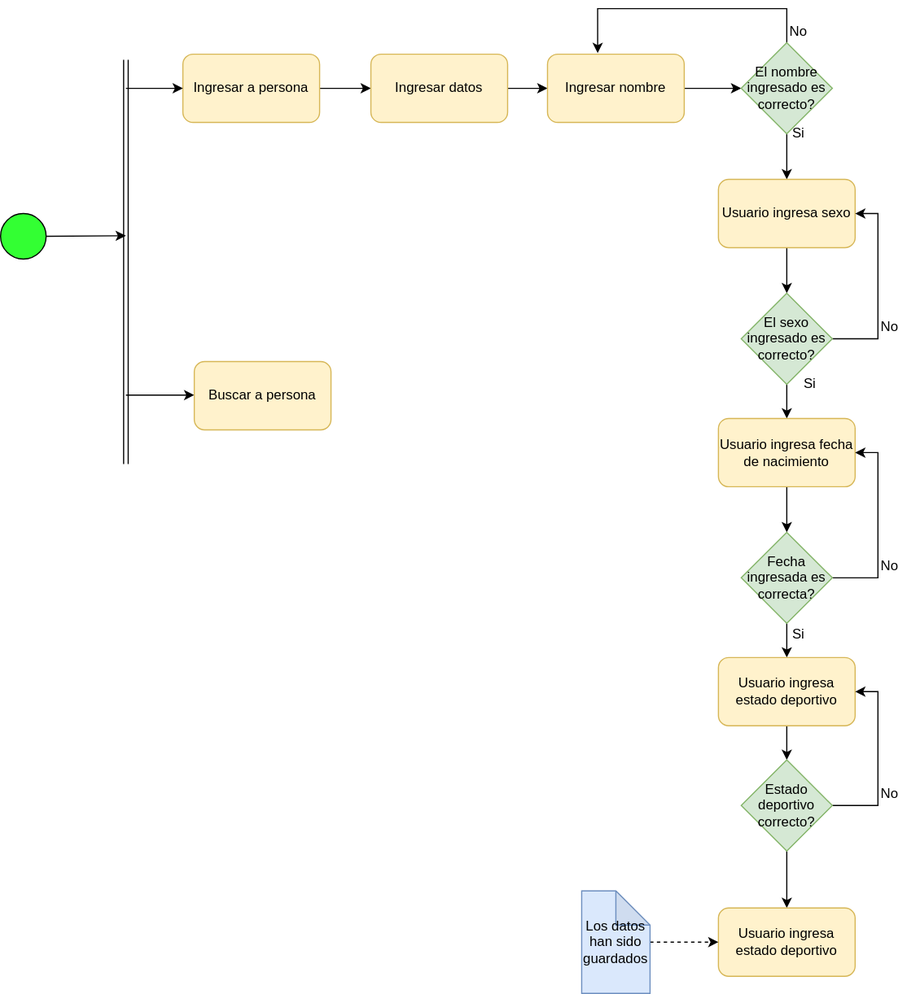
MaxIbanez/Taller1P1_MI_JC keeps this draw.io diagram as Diagramas/DiagActFuncionalidad.svg. Above is the earlier version. Source tidied: cells renumbered, new cells last; positions are measured from the earlier drawing's top-left corner, leaving out a move shared by most shapes. Source of this version:
```xml
<mxGraphModel background="#ffffff">
  <root>
    <mxCell id="0" />
    <mxCell id="1" parent="0" />
    <mxCell id="2" style="ellipse;whiteSpace=wrap;html=1;fillColor=#33FF33;" parent="1" vertex="1">
      <mxGeometry y="180" width="40" height="40" as="geometry" />
    </mxCell>
    <mxCell id="3" style="shape=link;html=1;" parent="1" edge="1">
      <mxGeometry relative="1" as="geometry">
        <mxPoint x="110" y="44.9" as="sourcePoint" />
        <mxPoint x="110" y="400" as="targetPoint" />
      </mxGeometry>
    </mxCell>
    <mxCell id="4" style="edgeStyle=orthogonalEdgeStyle;rounded=0;jettySize=auto;html=1;" parent="1" edge="1" source="5" target="10">
      <mxGeometry relative="1" as="geometry" />
    </mxCell>
    <mxCell id="5" value="Ingresar a persona" style="rounded=1;whiteSpace=wrap;html=1;fillColor=#fff2cc;strokeColor=#d6b656;" parent="1" vertex="1">
      <mxGeometry x="160" y="40" width="120" height="60" as="geometry" />
    </mxCell>
    <mxCell id="6" style="endArrow=classic;html=1;entryX=0;entryY=0.5;entryDx=0;entryDy=0;" parent="1" edge="1" target="5">
      <mxGeometry relative="1" as="geometry">
        <mxPoint x="110" y="70" as="sourcePoint" />
      </mxGeometry>
    </mxCell>
    <mxCell id="7" style="endArrow=classic;html=1;entryX=0;entryY=0.5;entryDx=0;entryDy=0;" parent="1" edge="1">
      <mxGeometry relative="1" as="geometry">
        <mxPoint x="110" y="339.5" as="sourcePoint" />
        <mxPoint x="170" y="339.5" as="targetPoint" />
      </mxGeometry>
    </mxCell>
    <mxCell id="8" value="Buscar a persona" style="rounded=1;whiteSpace=wrap;html=1;fillColor=#fff2cc;strokeColor=#d6b656;" parent="1" vertex="1">
      <mxGeometry x="170" y="310" width="120" height="60" as="geometry" />
    </mxCell>
    <mxCell id="9" style="edgeStyle=orthogonalEdgeStyle;rounded=0;jettySize=auto;html=1;" parent="1" edge="1" source="10" target="13">
      <mxGeometry relative="1" as="geometry" />
    </mxCell>
    <mxCell id="10" value="Ingresar datos" style="rounded=1;whiteSpace=wrap;html=1;fillColor=#fff2cc;strokeColor=#d6b656;" parent="1" vertex="1">
      <mxGeometry x="325" y="40" width="120" height="60" as="geometry" />
    </mxCell>
    <mxCell id="11" style="endArrow=classic;html=1;entryX=0;entryY=0.5;entryDx=0;entryDy=0;exitX=1;exitY=0.5;exitDx=0;exitDy=0;" parent="1" edge="1" source="2">
      <mxGeometry relative="1" as="geometry">
        <mxPoint x="110" y="199.5" as="targetPoint" />
      </mxGeometry>
    </mxCell>
    <mxCell id="12" style="edgeStyle=orthogonalEdgeStyle;rounded=0;jettySize=auto;html=1;" parent="1" edge="1" source="13" target="16">
      <mxGeometry relative="1" as="geometry" />
    </mxCell>
    <mxCell id="13" value="Ingresar nombre" style="rounded=1;whiteSpace=wrap;html=1;fillColor=#fff2cc;strokeColor=#d6b656;" parent="1" vertex="1">
      <mxGeometry x="480" y="40" width="120" height="60" as="geometry" />
    </mxCell>
    <mxCell id="14" style="edgeStyle=orthogonalEdgeStyle;rounded=0;jettySize=auto;html=1;entryX=0.367;entryY=-0.017;entryDx=0;entryDy=0;entryPerimeter=0;" parent="1" edge="1" source="16" target="13">
      <mxGeometry relative="1" as="geometry">
        <Array as="points">
          <mxPoint x="690" />
          <mxPoint x="524" />
        </Array>
      </mxGeometry>
    </mxCell>
    <mxCell id="15" style="edgeStyle=orthogonalEdgeStyle;rounded=0;jettySize=auto;html=1;" parent="1" edge="1" source="16" target="19">
      <mxGeometry relative="1" as="geometry" />
    </mxCell>
    <mxCell id="16" value="El nombre ingresado es correcto?" style="rhombus;whiteSpace=wrap;html=1;fillColor=#d5e8d4;strokeColor=#82b366;" parent="1" vertex="1">
      <mxGeometry x="650" y="30" width="80" height="80" as="geometry" />
    </mxCell>
    <mxCell id="17" value="No" style="text;html=1;align=center;verticalAlign=middle;" parent="1" vertex="1">
      <mxGeometry x="685" y="10" width="30" height="20" as="geometry" />
    </mxCell>
    <mxCell id="18" style="edgeStyle=orthogonalEdgeStyle;rounded=0;jettySize=auto;html=1;" parent="1" edge="1" source="19" target="23">
      <mxGeometry relative="1" as="geometry" />
    </mxCell>
    <mxCell id="19" value="Usuario ingresa sexo" style="rounded=1;whiteSpace=wrap;html=1;fillColor=#fff2cc;strokeColor=#d6b656;" parent="1" vertex="1">
      <mxGeometry x="630" y="150" width="120" height="60" as="geometry" />
    </mxCell>
    <mxCell id="20" value="Si" style="text;html=1;align=center;verticalAlign=middle;" parent="1" vertex="1">
      <mxGeometry x="685" y="100" width="30" height="20" as="geometry" />
    </mxCell>
    <mxCell id="21" style="edgeStyle=orthogonalEdgeStyle;rounded=0;jettySize=auto;html=1;entryX=1;entryY=0.5;entryDx=0;entryDy=0;" parent="1" edge="1" source="23" target="19">
      <mxGeometry relative="1" as="geometry">
        <Array as="points">
          <mxPoint x="770" y="290" />
          <mxPoint x="770" y="180" />
        </Array>
      </mxGeometry>
    </mxCell>
    <mxCell id="22" style="edgeStyle=orthogonalEdgeStyle;rounded=0;jettySize=auto;html=1;" parent="1" edge="1" source="23" target="25">
      <mxGeometry relative="1" as="geometry" />
    </mxCell>
    <mxCell id="23" value="El sexo ingresado es correcto?" style="rhombus;whiteSpace=wrap;html=1;fillColor=#d5e8d4;strokeColor=#82b366;" parent="1" vertex="1">
      <mxGeometry x="650" y="250" width="80" height="80" as="geometry" />
    </mxCell>
    <mxCell id="24" style="edgeStyle=orthogonalEdgeStyle;rounded=0;jettySize=auto;html=1;" parent="1" edge="1" source="25" target="30">
      <mxGeometry relative="1" as="geometry" />
    </mxCell>
    <mxCell id="25" value="Usuario ingresa fecha de nacimiento" style="rounded=1;whiteSpace=wrap;html=1;fillColor=#fff2cc;strokeColor=#d6b656;" parent="1" vertex="1">
      <mxGeometry x="630" y="360" width="120" height="60" as="geometry" />
    </mxCell>
    <mxCell id="26" value="No" style="text;html=1;align=center;verticalAlign=middle;" parent="1" vertex="1">
      <mxGeometry x="765" y="270" width="30" height="20" as="geometry" />
    </mxCell>
    <mxCell id="27" value="Si" style="text;html=1;align=center;verticalAlign=middle;" parent="1" vertex="1">
      <mxGeometry x="695" y="320" width="30" height="20" as="geometry" />
    </mxCell>
    <mxCell id="28" style="edgeStyle=orthogonalEdgeStyle;rounded=0;jettySize=auto;html=1;entryX=1;entryY=0.5;entryDx=0;entryDy=0;" parent="1" edge="1" source="30" target="25">
      <mxGeometry relative="1" as="geometry">
        <Array as="points">
          <mxPoint x="770" y="500" />
          <mxPoint x="770" y="390" />
        </Array>
      </mxGeometry>
    </mxCell>
    <mxCell id="29" style="edgeStyle=orthogonalEdgeStyle;rounded=0;jettySize=auto;html=1;" parent="1" edge="1" source="30" target="33">
      <mxGeometry relative="1" as="geometry" />
    </mxCell>
    <mxCell id="30" value="Fecha ingresada es correcta?" style="rhombus;whiteSpace=wrap;html=1;fillColor=#d5e8d4;strokeColor=#82b366;" parent="1" vertex="1">
      <mxGeometry x="650" y="460" width="80" height="80" as="geometry" />
    </mxCell>
    <mxCell id="31" value="No" style="text;html=1;align=center;verticalAlign=middle;" parent="1" vertex="1">
      <mxGeometry x="765" y="480" width="30" height="20" as="geometry" />
    </mxCell>
    <mxCell id="32" style="edgeStyle=orthogonalEdgeStyle;rounded=0;jettySize=auto;html=1;" parent="1" edge="1" source="33" target="36">
      <mxGeometry relative="1" as="geometry" />
    </mxCell>
    <mxCell id="33" value="Usuario ingresa estado deportivo" style="rounded=1;whiteSpace=wrap;html=1;fillColor=#fff2cc;strokeColor=#d6b656;" parent="1" vertex="1">
      <mxGeometry x="630" y="570" width="120" height="60" as="geometry" />
    </mxCell>
    <mxCell id="34" style="edgeStyle=orthogonalEdgeStyle;rounded=0;jettySize=auto;html=1;entryX=1;entryY=0.5;entryDx=0;entryDy=0;" parent="1" edge="1" source="36" target="33">
      <mxGeometry relative="1" as="geometry">
        <Array as="points">
          <mxPoint x="770" y="700" />
          <mxPoint x="770" y="600" />
        </Array>
      </mxGeometry>
    </mxCell>
    <mxCell id="35" style="edgeStyle=orthogonalEdgeStyle;rounded=0;jettySize=auto;html=1;" parent="1" edge="1" source="36" target="39">
      <mxGeometry relative="1" as="geometry" />
    </mxCell>
    <mxCell id="36" value="Estado deportivo correcto?" style="rhombus;whiteSpace=wrap;html=1;fillColor=#d5e8d4;strokeColor=#82b366;" parent="1" vertex="1">
      <mxGeometry x="650" y="660" width="80" height="80" as="geometry" />
    </mxCell>
    <mxCell id="37" value="No" style="text;html=1;align=center;verticalAlign=middle;" parent="1" vertex="1">
      <mxGeometry x="765" y="680" width="30" height="20" as="geometry" />
    </mxCell>
    <mxCell id="38" value="Si" style="text;html=1;align=center;verticalAlign=middle;" parent="1" vertex="1">
      <mxGeometry x="685" y="540" width="30" height="20" as="geometry" />
    </mxCell>
    <mxCell id="39" value="Usuario ingresa estado deportivo" style="rounded=1;whiteSpace=wrap;html=1;fillColor=#fff2cc;strokeColor=#d6b656;" parent="1" vertex="1">
      <mxGeometry x="630" y="790" width="120" height="60" as="geometry" />
    </mxCell>
    <mxCell id="40" style="edgeStyle=orthogonalEdgeStyle;rounded=0;jettySize=auto;html=1;dashed=1;" parent="1" edge="1" source="41" target="39">
      <mxGeometry relative="1" as="geometry" />
    </mxCell>
    <mxCell id="41" value="Los datos han sido guardados" style="shape=note;whiteSpace=wrap;html=1;backgroundOutline=1;darkOpacity=0.05;fillColor=#dae8fc;strokeColor=#6c8ebf;" parent="1" vertex="1">
      <mxGeometry x="510" y="775" width="60" height="90" as="geometry" />
    </mxCell>
  </root>
</mxGraphModel>
```
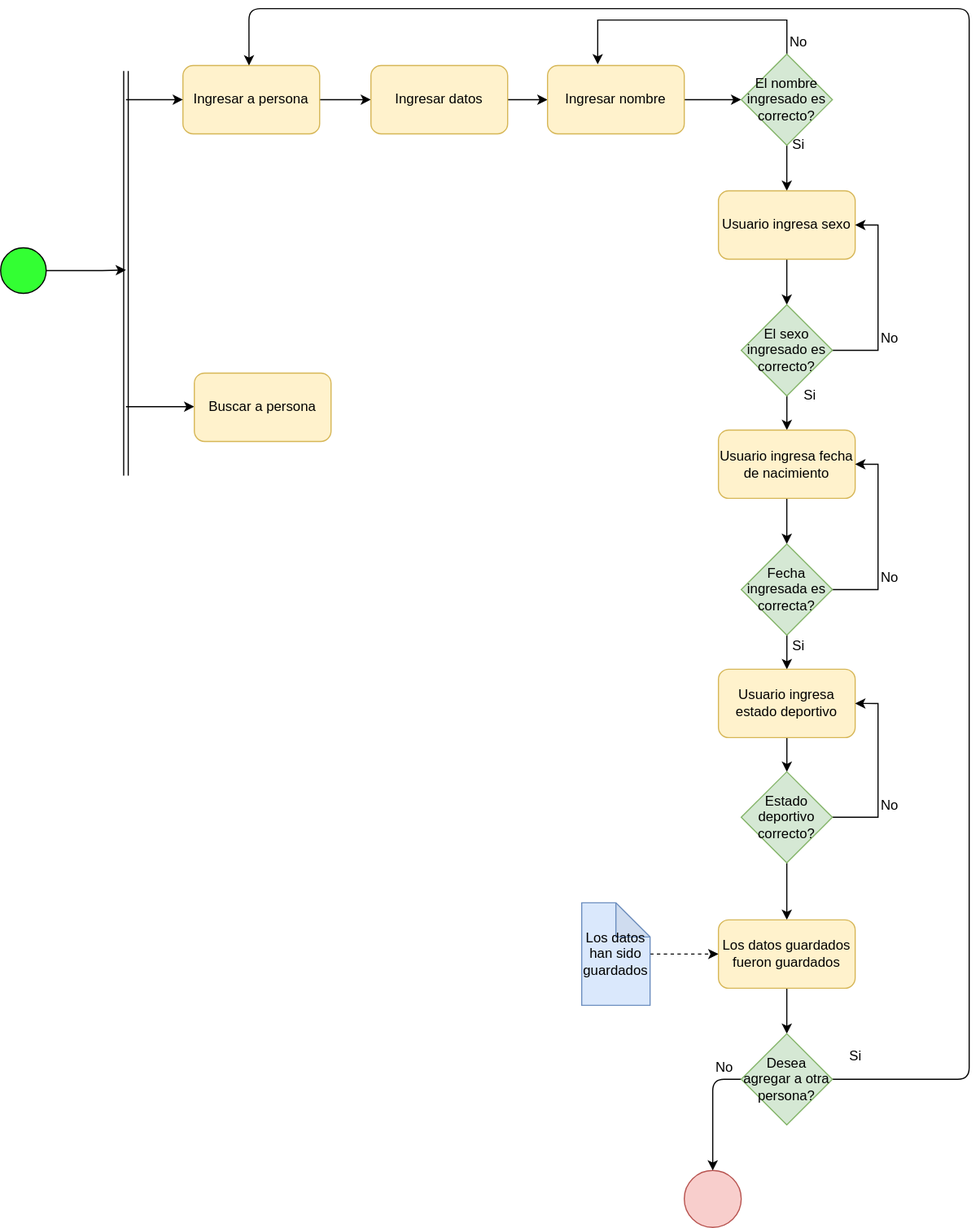
The same diagram one commit later.

Change to the diagram source:
```diff
@@ -3,7 +3,7 @@
     <mxCell id="0" />
     <mxCell id="1" parent="0" />
     <mxCell id="2" style="ellipse;whiteSpace=wrap;html=1;fillColor=#33FF33;" parent="1" vertex="1">
-      <mxGeometry y="180" width="40" height="40" as="geometry" />
+      <mxGeometry y="200" width="40" height="40" as="geometry" />
     </mxCell>
     <mxCell id="3" style="shape=link;html=1;" parent="1" edge="1">
       <mxGeometry relative="1" as="geometry">
@@ -39,7 +39,10 @@
     </mxCell>
     <mxCell id="11" style="endArrow=classic;html=1;entryX=0;entryY=0.5;entryDx=0;entryDy=0;exitX=1;exitY=0.5;exitDx=0;exitDy=0;" parent="1" edge="1" source="2">
       <mxGeometry relative="1" as="geometry">
-        <mxPoint x="110" y="199.5" as="targetPoint" />
+        <mxPoint x="110" y="219.5" as="targetPoint" />
+        <Array as="points">
+          <mxPoint x="90" y="220" />
+        </Array>
       </mxGeometry>
     </mxCell>
     <mxCell id="12" style="edgeStyle=orthogonalEdgeStyle;rounded=0;jettySize=auto;html=1;" parent="1" edge="1" source="13" target="16">
@@ -143,7 +146,10 @@
     <mxCell id="38" value="Si" style="text;html=1;align=center;verticalAlign=middle;" parent="1" vertex="1">
       <mxGeometry x="685" y="540" width="30" height="20" as="geometry" />
     </mxCell>
+    <mxCell id="42" style="edgeStyle=orthogonalEdgeStyle;rounded=1;sketch=0;jettySize=auto;html=1;shadow=0;strokeColor=#000000;strokeWidth=1;" parent="1" edge="1" source="39" target="46">
+      <mxGeometry relative="1" as="geometry" />
+    </mxCell>
-    <mxCell id="39" value="Usuario ingresa estado deportivo" style="rounded=1;whiteSpace=wrap;html=1;fillColor=#fff2cc;strokeColor=#d6b656;" parent="1" vertex="1">
+    <mxCell id="39" value="Los datos guardados fueron guardados" style="rounded=1;whiteSpace=wrap;html=1;fillColor=#fff2cc;strokeColor=#d6b656;" parent="1" vertex="1">
       <mxGeometry x="630" y="790" width="120" height="60" as="geometry" />
     </mxCell>
     <mxCell id="40" style="edgeStyle=orthogonalEdgeStyle;rounded=0;jettySize=auto;html=1;dashed=1;" parent="1" edge="1" source="41" target="39">
@@ -152,5 +158,30 @@
     <mxCell id="41" value="Los datos han sido guardados" style="shape=note;whiteSpace=wrap;html=1;backgroundOutline=1;darkOpacity=0.05;fillColor=#dae8fc;strokeColor=#6c8ebf;" parent="1" vertex="1">
       <mxGeometry x="510" y="775" width="60" height="90" as="geometry" />
     </mxCell>
+    <mxCell id="43" style="ellipse;whiteSpace=wrap;html=1;fillColor=#f8cecc;strokeColor=#b85450;" parent="1" vertex="1">
+      <mxGeometry x="600" y="1010" width="50" height="50" as="geometry" />
+    </mxCell>
+    <mxCell id="44" style="edgeStyle=orthogonalEdgeStyle;rounded=1;sketch=0;jettySize=auto;html=1;exitX=0;exitY=0.5;exitDx=0;exitDy=0;entryX=0.5;entryY=0;entryDx=0;entryDy=0;shadow=0;strokeColor=#000000;strokeWidth=1;" parent="1" edge="1" source="46" target="43">
+      <mxGeometry relative="1" as="geometry" />
+    </mxCell>
+    <mxCell id="45" style="edgeStyle=orthogonalEdgeStyle;rounded=1;sketch=0;jettySize=auto;html=1;shadow=0;strokeColor=#000000;strokeWidth=1;" parent="1" edge="1" source="46">
+      <mxGeometry relative="1" as="geometry">
+        <mxPoint x="218" y="40" as="targetPoint" />
+        <Array as="points">
+          <mxPoint x="850" y="930" />
+          <mxPoint x="850" y="-10" />
+          <mxPoint x="218" y="-10" />
+        </Array>
+      </mxGeometry>
+    </mxCell>
+    <mxCell id="46" value="Desea agregar a otra persona?" style="rhombus;whiteSpace=wrap;html=1;fillColor=#d5e8d4;strokeColor=#82b366;" parent="1" vertex="1">
+      <mxGeometry x="650" y="890" width="80" height="80" as="geometry" />
+    </mxCell>
+    <mxCell id="47" value="No" style="text;html=1;align=center;verticalAlign=middle;" parent="1" vertex="1">
+      <mxGeometry x="620" y="910" width="30" height="20" as="geometry" />
+    </mxCell>
+    <mxCell id="48" value="Si" style="text;html=1;align=center;verticalAlign=middle;" parent="1" vertex="1">
+      <mxGeometry x="735" y="900" width="30" height="20" as="geometry" />
+    </mxCell>
   </root>
 </mxGraphModel>
```
